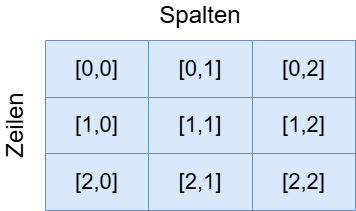
This is slides/content/slides/SWP/PR/assets/2D-array-example.drawio.png from HTL-Wolfsberg-Betriebsinformatik/skript, a draw.io export, as it was before one commit. Source tidied: cells renumbered, new cells last; positions are measured from the earlier drawing's top-left corner, leaving out a move shared by most shapes.
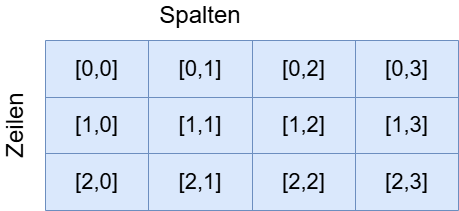
After the commit.

The edit, as a diff of the source:
```diff
@@ -3,10 +3,10 @@
     <mxCell id="0" />
     <mxCell id="1" parent="0" />
     <mxCell id="2" style="shape=table;startSize=0;fontSize=24;fillColor=#dae8fc;strokeColor=#6c8ebf;" parent="1" vertex="1">
-      <mxGeometry x="60" y="40" width="310" height="170" as="geometry" />
+      <mxGeometry x="60" y="40" width="413" height="170" as="geometry" />
     </mxCell>
     <mxCell id="3" style="shape=tableRow;horizontal=0;startSize=0;swimlaneHead=0;swimlaneBody=0;strokeColor=inherit;top=0;left=0;bottom=0;right=0;fillColor=none;fontSize=16;" parent="2" vertex="1">
-      <mxGeometry width="310" height="57" as="geometry" />
+      <mxGeometry width="413" height="57" as="geometry" />
     </mxCell>
     <mxCell id="4" value="[0,0]" style="shape=partialRectangle;html=1;whiteSpace=wrap;strokeColor=inherit;overflow=hidden;fillColor=none;top=0;left=0;bottom=0;right=0;fontSize=22;" parent="3" vertex="1">
       <mxGeometry width="103" height="57" as="geometry" />
@@ -17,8 +17,11 @@
     <mxCell id="6" value="[0,2]" style="shape=partialRectangle;html=1;whiteSpace=wrap;strokeColor=inherit;overflow=hidden;fillColor=none;top=0;left=0;bottom=0;right=0;fontSize=22;" parent="3" vertex="1">
       <mxGeometry x="207" width="103" height="57" as="geometry" />
     </mxCell>
+    <mxCell id="17" value="[0,3]" style="shape=partialRectangle;html=1;whiteSpace=wrap;strokeColor=inherit;overflow=hidden;fillColor=none;top=0;left=0;bottom=0;right=0;fontSize=22;" parent="3" vertex="1">
+      <mxGeometry x="310" width="103" height="57" as="geometry" />
+    </mxCell>
     <mxCell id="7" style="shape=tableRow;horizontal=0;startSize=0;swimlaneHead=0;swimlaneBody=0;strokeColor=inherit;top=0;left=0;bottom=0;right=0;fillColor=none;fontSize=16;" parent="2" vertex="1">
-      <mxGeometry y="57" width="310" height="56" as="geometry" />
+      <mxGeometry y="57" width="413" height="56" as="geometry" />
     </mxCell>
     <mxCell id="8" value="[1,0]" style="shape=partialRectangle;html=1;whiteSpace=wrap;strokeColor=inherit;overflow=hidden;fillColor=none;top=0;left=0;bottom=0;right=0;fontSize=22;" parent="7" vertex="1">
       <mxGeometry width="103" height="56" as="geometry" />
@@ -29,8 +32,11 @@
     <mxCell id="10" value="[1,2]" style="shape=partialRectangle;html=1;whiteSpace=wrap;strokeColor=inherit;overflow=hidden;fillColor=none;top=0;left=0;bottom=0;right=0;fontSize=22;" parent="7" vertex="1">
       <mxGeometry x="207" width="103" height="56" as="geometry" />
     </mxCell>
+    <mxCell id="18" value="[1,3]" style="shape=partialRectangle;html=1;whiteSpace=wrap;strokeColor=inherit;overflow=hidden;fillColor=none;top=0;left=0;bottom=0;right=0;fontSize=22;" parent="7" vertex="1">
+      <mxGeometry x="310" width="103" height="56" as="geometry" />
+    </mxCell>
     <mxCell id="11" style="shape=tableRow;horizontal=0;startSize=0;swimlaneHead=0;swimlaneBody=0;strokeColor=inherit;top=0;left=0;bottom=0;right=0;fillColor=none;fontSize=16;" parent="2" vertex="1">
-      <mxGeometry y="113" width="310" height="57" as="geometry" />
+      <mxGeometry y="113" width="413" height="57" as="geometry" />
     </mxCell>
     <mxCell id="12" value="[2,0]" style="shape=partialRectangle;html=1;whiteSpace=wrap;strokeColor=inherit;overflow=hidden;fillColor=none;top=0;left=0;bottom=0;right=0;fontSize=22;" parent="11" vertex="1">
       <mxGeometry width="103" height="57" as="geometry" />
@@ -41,6 +47,9 @@
     <mxCell id="14" value="[2,2]" style="shape=partialRectangle;html=1;whiteSpace=wrap;strokeColor=inherit;overflow=hidden;fillColor=none;top=0;left=0;bottom=0;right=0;fontSize=22;" parent="11" vertex="1">
       <mxGeometry x="207" width="103" height="57" as="geometry" />
     </mxCell>
+    <mxCell id="19" value="[2,3]" style="shape=partialRectangle;html=1;whiteSpace=wrap;strokeColor=inherit;overflow=hidden;fillColor=none;top=0;left=0;bottom=0;right=0;fontSize=22;" parent="11" vertex="1">
+      <mxGeometry x="310" width="103" height="57" as="geometry" />
+    </mxCell>
     <mxCell id="15" value="Zeilen" style="text;html=1;align=center;verticalAlign=middle;whiteSpace=wrap;rounded=0;rotation=-90;fontSize=24;" parent="1" vertex="1">
       <mxGeometry y="110" width="60" height="30" as="geometry" />
     </mxCell>
```
